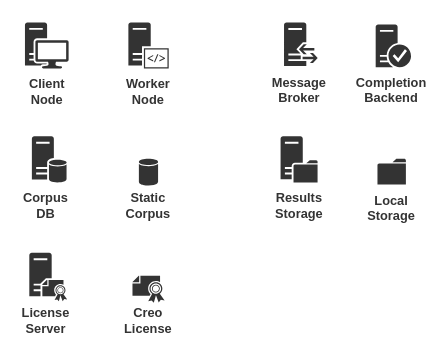
LOGiCS-Project/swri-simple-uam-pipeline keeps this draw.io diagram as page "Icons (Light)" (3 of 11) of docs/assets/component-diagram.drawio.xml. Above is the earlier version. Source tidied: cells renumbered, new cells numbered last; positions are measured from the earlier drawing's top-left corner, leaving out a move shared by most shapes. Both pictures are drawn from the tidied source at 128%, with x=0, y=0 at pixel (24, 22).
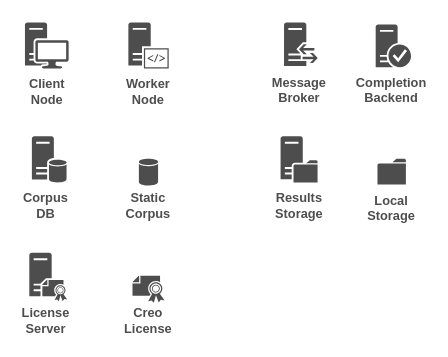
Above is the later version.

What changed in the source:
```diff
@@
-    <mxCell id="2" style="group;fontColor=#333333;" parent="1" vertex="1">
+    <mxCell id="2" style="group;fontColor=#4d4d4d;" parent="1" vertex="1">
       <mxGeometry y="89" width="33" height="59.6" as="geometry" />
     </mxCell>
-    <mxCell id="3" style="sketch=0;shadow=0;dashed=0;html=1;strokeColor=none;fillColor=#333333;labelPosition=center;verticalLabelPosition=bottom;verticalAlign=top;align=center;shape=mxgraph.office.servers.database_server;fontColor=#333333;" parent="2" vertex="1">
+    <mxCell id="3" style="sketch=0;shadow=0;dashed=0;html=1;strokeColor=none;fillColor=#4d4d4d;labelPosition=center;verticalLabelPosition=bottom;verticalAlign=top;align=center;shape=mxgraph.office.servers.database_server;fontColor=#4d4d4d;" parent="2" vertex="1">
       <mxGeometry x="5.4" width="27.6" height="36" as="geometry" />
     </mxCell>
-    <mxCell id="4" value="&lt;div&gt;Corpus&lt;/div&gt;&lt;div&gt;DB&lt;br&gt;&lt;/div&gt;" style="text;html=1;strokeColor=none;fillColor=none;align=center;verticalAlign=middle;whiteSpace=wrap;rounded=0;fontStyle=1;fontColor=#333333;fontSize=10;" parent="2" vertex="1">
+    <mxCell id="4" value="&lt;div&gt;Corpus&lt;/div&gt;&lt;div&gt;DB&lt;br&gt;&lt;/div&gt;" style="text;html=1;strokeColor=none;fillColor=none;align=center;verticalAlign=middle;whiteSpace=wrap;rounded=0;fontStyle=1;fontColor=#4d4d4d;fontSize=10;" parent="2" vertex="1">
       <mxGeometry y="47.6" width="33" height="12" as="geometry" />
     </mxCell>
-    <mxCell id="5" style="group;fontColor=#333333;" parent="1" vertex="1">
+    <mxCell id="5" style="group;fontColor=#4d4d4d;" parent="1" vertex="1">
       <mxGeometry x="80" width="33" height="59.6" as="geometry" />
     </mxCell>
-    <mxCell id="6" style="sketch=0;shadow=0;dashed=0;html=1;strokeColor=none;fillColor=#333333;labelPosition=center;verticalLabelPosition=bottom;verticalAlign=top;align=center;shape=mxgraph.office.servers.server_side_code;fontColor=#333333;" parent="5" vertex="1">
+    <mxCell id="6" style="sketch=0;shadow=0;dashed=0;html=1;strokeColor=none;fillColor=#4d4d4d;labelPosition=center;verticalLabelPosition=bottom;verticalAlign=top;align=center;shape=mxgraph.office.servers.server_side_code;fontColor=#4d4d4d;" parent="5" vertex="1">
       <mxGeometry x="0.8" width="31.5" height="36" as="geometry" />
     </mxCell>
-    <mxCell id="7" value="&lt;div&gt;Worker&lt;/div&gt;&lt;div&gt;Node&lt;br&gt;&lt;/div&gt;" style="text;html=1;strokeColor=none;fillColor=none;align=center;verticalAlign=middle;whiteSpace=wrap;rounded=0;fontStyle=1;fontColor=#333333;fontSize=10;" parent="5" vertex="1">
+    <mxCell id="7" value="&lt;div&gt;Worker&lt;/div&gt;&lt;div&gt;Node&lt;br&gt;&lt;/div&gt;" style="text;html=1;strokeColor=none;fillColor=none;align=center;verticalAlign=middle;whiteSpace=wrap;rounded=0;fontStyle=1;fontColor=#4d4d4d;fontSize=10;" parent="5" vertex="1">
       <mxGeometry y="47.6" width="33" height="12" as="geometry" />
     </mxCell>
-    <mxCell id="8" style="group;fontColor=#333333;" parent="1" vertex="1">
+    <mxCell id="8" style="group;fontColor=#4d4d4d;" parent="1" vertex="1">
       <mxGeometry y="180" width="33" height="58.9" as="geometry" />
     </mxCell>
-    <mxCell id="9" style="sketch=0;shadow=0;dashed=0;html=1;strokeColor=none;fillColor=#333333;labelPosition=center;verticalLabelPosition=bottom;verticalAlign=top;align=center;shape=mxgraph.office.servers.certificate_authority;fontColor=#333333;" parent="8" vertex="1">
+    <mxCell id="9" style="sketch=0;shadow=0;dashed=0;html=1;strokeColor=none;fillColor=#4d4d4d;labelPosition=center;verticalLabelPosition=bottom;verticalAlign=top;align=center;shape=mxgraph.office.servers.certificate_authority;fontColor=#4d4d4d;" parent="8" vertex="1">
       <mxGeometry x="3.4" width="29.6" height="37.9" as="geometry" />
     </mxCell>
-    <mxCell id="10" value="&lt;div&gt;License&lt;/div&gt;&lt;div&gt;Server&lt;br&gt;&lt;/div&gt;" style="text;html=1;strokeColor=none;fillColor=none;align=center;verticalAlign=middle;whiteSpace=wrap;rounded=0;fontStyle=1;fontColor=#333333;fontSize=10;" parent="8" vertex="1">
+    <mxCell id="10" value="&lt;div&gt;License&lt;/div&gt;&lt;div&gt;Server&lt;br&gt;&lt;/div&gt;" style="text;html=1;strokeColor=none;fillColor=none;align=center;verticalAlign=middle;whiteSpace=wrap;rounded=0;fontStyle=1;fontColor=#4d4d4d;fontSize=10;" parent="8" vertex="1">
       <mxGeometry y="46.9" width="33" height="12" as="geometry" />
     </mxCell>
-    <mxCell id="11" style="group;fontColor=#333333;" parent="1" vertex="1">
+    <mxCell id="11" style="group;fontColor=#4d4d4d;" parent="1" vertex="1">
       <mxGeometry x="197.7" width="33" height="58.6" as="geometry" />
     </mxCell>
-    <mxCell id="12" style="sketch=0;shadow=0;dashed=0;html=1;strokeColor=none;fillColor=#333333;labelPosition=center;verticalLabelPosition=bottom;verticalAlign=top;align=center;shape=mxgraph.office.servers.reverse_proxy;fontColor=#333333;" parent="11" vertex="1">
+    <mxCell id="12" style="sketch=0;shadow=0;dashed=0;html=1;strokeColor=none;fillColor=#4d4d4d;labelPosition=center;verticalLabelPosition=bottom;verticalAlign=top;align=center;shape=mxgraph.office.servers.reverse_proxy;fontColor=#4d4d4d;" parent="11" vertex="1">
       <mxGeometry x="4.7" width="26.3" height="34.1" as="geometry" />
     </mxCell>
-    <mxCell id="13" value="&lt;div&gt;Message&lt;/div&gt;&lt;div&gt;Broker&lt;br&gt;&lt;/div&gt;" style="text;html=1;strokeColor=none;fillColor=none;align=center;verticalAlign=middle;whiteSpace=wrap;rounded=0;fontStyle=1;fontColor=#333333;fontSize=10;" parent="11" vertex="1">
+    <mxCell id="13" value="&lt;div&gt;Message&lt;/div&gt;&lt;div&gt;Broker&lt;br&gt;&lt;/div&gt;" style="text;html=1;strokeColor=none;fillColor=none;align=center;verticalAlign=middle;whiteSpace=wrap;rounded=0;fontStyle=1;fontColor=#4d4d4d;fontSize=10;" parent="11" vertex="1">
       <mxGeometry y="46.6" width="33" height="12" as="geometry" />
     </mxCell>
-    <mxCell id="14" style="group;fontColor=#333333;" parent="1" vertex="1">
+    <mxCell id="14" style="group;fontColor=#4d4d4d;" parent="1" vertex="1">
       <mxGeometry x="197.7" y="89" width="33" height="59.6" as="geometry" />
     </mxCell>
-    <mxCell id="15" style="sketch=0;shadow=0;dashed=0;html=1;strokeColor=none;fillColor=#333333;labelPosition=center;verticalLabelPosition=bottom;verticalAlign=top;align=center;shape=mxgraph.office.servers.file_server;fontColor=#333333;" parent="14" vertex="1">
+    <mxCell id="15" style="sketch=0;shadow=0;dashed=0;html=1;strokeColor=none;fillColor=#4d4d4d;labelPosition=center;verticalLabelPosition=bottom;verticalAlign=top;align=center;shape=mxgraph.office.servers.file_server;fontColor=#4d4d4d;" parent="14" vertex="1">
       <mxGeometry x="2" width="28.9" height="36" as="geometry" />
     </mxCell>
-    <mxCell id="16" value="&lt;div align=&quot;center&quot;&gt;Results&lt;/div&gt;&lt;div align=&quot;center&quot;&gt;Storage&lt;/div&gt;" style="text;html=1;strokeColor=none;fillColor=none;align=center;verticalAlign=middle;whiteSpace=wrap;rounded=0;fontStyle=1;fontColor=#333333;fontSize=10;" parent="14" vertex="1">
+    <mxCell id="16" value="&lt;div align=&quot;center&quot;&gt;Results&lt;/div&gt;&lt;div align=&quot;center&quot;&gt;Storage&lt;/div&gt;" style="text;html=1;strokeColor=none;fillColor=none;align=center;verticalAlign=middle;whiteSpace=wrap;rounded=0;fontStyle=1;fontColor=#4d4d4d;fontSize=10;" parent="14" vertex="1">
       <mxGeometry y="47.6" width="33" height="12" as="geometry" />
     </mxCell>
-    <mxCell id="17" style="group;fontColor=#333333;" parent="1" vertex="1">
+    <mxCell id="17" style="group;fontColor=#4d4d4d;" parent="1" vertex="1">
       <mxGeometry x="80" y="106.6" width="33" height="42" as="geometry" />
     </mxCell>
-    <mxCell id="18" style="sketch=0;shadow=0;dashed=0;html=1;strokeColor=none;fillColor=#333333;labelPosition=center;verticalLabelPosition=bottom;verticalAlign=top;align=center;shape=mxgraph.office.databases.database;fontColor=#333333;" parent="17" vertex="1">
+    <mxCell id="18" style="sketch=0;shadow=0;dashed=0;html=1;strokeColor=none;fillColor=#4d4d4d;labelPosition=center;verticalLabelPosition=bottom;verticalAlign=top;align=center;shape=mxgraph.office.databases.database;fontColor=#4d4d4d;" parent="17" vertex="1">
       <mxGeometry x="9" width="15" height="21" as="geometry" />
     </mxCell>
-    <mxCell id="19" value="&lt;div&gt;Static&lt;/div&gt;&lt;div&gt;Corpus&lt;/div&gt;" style="text;html=1;strokeColor=none;fillColor=none;align=center;verticalAlign=middle;whiteSpace=wrap;rounded=0;fontStyle=1;fontColor=#333333;fontSize=10;" parent="17" vertex="1">
+    <mxCell id="19" value="&lt;div&gt;Static&lt;/div&gt;&lt;div&gt;Corpus&lt;/div&gt;" style="text;html=1;strokeColor=none;fillColor=none;align=center;verticalAlign=middle;whiteSpace=wrap;rounded=0;fontStyle=1;fontColor=#4d4d4d;fontSize=10;" parent="17" vertex="1">
       <mxGeometry y="30" width="33" height="12" as="geometry" />
     </mxCell>
-    <mxCell id="20" style="group;fontColor=#333333;" parent="1" vertex="1">
+    <mxCell id="20" style="group;fontColor=#4d4d4d;" parent="1" vertex="1">
       <mxGeometry x="80" y="197.9" width="33" height="41" as="geometry" />
     </mxCell>
-    <mxCell id="21" style="sketch=0;shadow=0;dashed=0;html=1;strokeColor=none;fillColor=#333333;labelPosition=center;verticalLabelPosition=bottom;verticalAlign=top;align=center;shape=mxgraph.office.security.certificate;fontColor=#333333;" parent="20" vertex="1">
+    <mxCell id="21" style="sketch=0;shadow=0;dashed=0;html=1;strokeColor=none;fillColor=#4d4d4d;labelPosition=center;verticalLabelPosition=bottom;verticalAlign=top;align=center;shape=mxgraph.office.security.certificate;fontColor=#4d4d4d;" parent="20" vertex="1">
       <mxGeometry x="4" width="25.1" height="21.2" as="geometry" />
     </mxCell>
-    <mxCell id="22" value="&lt;div&gt;Creo&lt;/div&gt;&lt;div&gt;License&lt;br&gt;&lt;/div&gt;" style="text;html=1;strokeColor=none;fillColor=none;align=center;verticalAlign=middle;whiteSpace=wrap;rounded=0;fontStyle=1;fontColor=#333333;fontSize=10;" parent="20" vertex="1">
+    <mxCell id="22" value="&lt;div&gt;Creo&lt;/div&gt;&lt;div&gt;License&lt;br&gt;&lt;/div&gt;" style="text;html=1;strokeColor=none;fillColor=none;align=center;verticalAlign=middle;whiteSpace=wrap;rounded=0;fontStyle=1;fontColor=#4d4d4d;fontSize=10;" parent="20" vertex="1">
       <mxGeometry y="29" width="33" height="12" as="geometry" />
     </mxCell>
-    <mxCell id="23" style="group;fontColor=#333333;" parent="1" vertex="1">
+    <mxCell id="23" style="group;fontColor=#4d4d4d;" parent="1" vertex="1">
       <mxGeometry x="270" y="1.6" width="33" height="57" as="geometry" />
     </mxCell>
-    <mxCell id="24" value="&lt;div&gt;Completion&lt;br&gt;&lt;/div&gt;&lt;div&gt;Backend&lt;br&gt;&lt;/div&gt;" style="text;html=1;strokeColor=none;fillColor=none;align=center;verticalAlign=middle;whiteSpace=wrap;rounded=0;fontStyle=1;fontColor=#333333;fontSize=10;" parent="23" vertex="1">
+    <mxCell id="24" value="&lt;div&gt;Completion&lt;br&gt;&lt;/div&gt;&lt;div&gt;Backend&lt;br&gt;&lt;/div&gt;" style="text;html=1;strokeColor=none;fillColor=none;align=center;verticalAlign=middle;whiteSpace=wrap;rounded=0;fontStyle=1;fontColor=#4d4d4d;fontSize=10;" parent="23" vertex="1">
       <mxGeometry y="45" width="33" height="12" as="geometry" />
     </mxCell>
-    <mxCell id="25" style="sketch=0;shadow=0;dashed=0;html=1;strokeColor=none;fillColor=#333333;labelPosition=center;verticalLabelPosition=bottom;verticalAlign=top;align=center;shape=mxgraph.office.servers.trusted_application_server;fontColor=#333333;" parent="23" vertex="1">
+    <mxCell id="25" style="sketch=0;shadow=0;dashed=0;html=1;strokeColor=none;fillColor=#4d4d4d;labelPosition=center;verticalLabelPosition=bottom;verticalAlign=top;align=center;shape=mxgraph.office.servers.trusted_application_server;fontColor=#4d4d4d;" parent="23" vertex="1">
       <mxGeometry x="4" width="27.6" height="33.4" as="geometry" />
     </mxCell>
-    <mxCell id="26" style="group;fontColor=#333333;" parent="1" vertex="1">
+    <mxCell id="26" style="group;fontColor=#4d4d4d;" parent="1" vertex="1">
       <mxGeometry width="34.1" height="59.6" as="geometry" />
     </mxCell>
-    <mxCell id="27" style="group;fontColor=#333333;" parent="26" vertex="1">
+    <mxCell id="27" style="group;fontColor=#4d4d4d;" parent="26" vertex="1">
       <mxGeometry width="34.1" height="59.6" as="geometry" />
     </mxCell>
-    <mxCell id="28" value="&lt;div&gt;Client&lt;/div&gt;&lt;div&gt;Node&lt;br&gt;&lt;/div&gt;" style="text;html=1;strokeColor=none;fillColor=none;align=center;verticalAlign=middle;whiteSpace=wrap;rounded=0;fontStyle=1;fontColor=#333333;fontSize=10;" parent="27" vertex="1">
+    <mxCell id="28" value="&lt;div&gt;Client&lt;/div&gt;&lt;div&gt;Node&lt;br&gt;&lt;/div&gt;" style="text;html=1;strokeColor=none;fillColor=none;align=center;verticalAlign=middle;whiteSpace=wrap;rounded=0;fontStyle=1;fontColor=#4d4d4d;fontSize=10;" parent="27" vertex="1">
       <mxGeometry x="0.5" y="47.6" width="33" height="12" as="geometry" />
     </mxCell>
-    <mxCell id="29" style="sketch=0;shadow=0;dashed=0;html=1;strokeColor=none;fillColor=#333333;labelPosition=center;verticalLabelPosition=bottom;verticalAlign=top;align=center;shape=mxgraph.office.devices.workstation;fontColor=#333333;" parent="26" vertex="1">
+    <mxCell id="29" style="sketch=0;shadow=0;dashed=0;html=1;strokeColor=none;fillColor=#4d4d4d;labelPosition=center;verticalLabelPosition=bottom;verticalAlign=top;align=center;shape=mxgraph.office.devices.workstation;fontColor=#4d4d4d;" parent="26" vertex="1">
       <mxGeometry width="34.1" height="36" as="geometry" />
     </mxCell>
-    <mxCell id="30" style="group;fontColor=#333333;" parent="1" vertex="1">
+    <mxCell id="30" style="group;fontColor=#4d4d4d;" parent="1" vertex="1">
       <mxGeometry x="270" y="106.6" width="33" height="44" as="geometry" />
     </mxCell>
-    <mxCell id="31" style="sketch=0;shadow=0;dashed=0;html=1;strokeColor=none;fillColor=#333333;labelPosition=center;verticalLabelPosition=bottom;verticalAlign=top;align=center;shape=mxgraph.office.concepts.folder;fontColor=#333333;" parent="30" vertex="1">
+    <mxCell id="31" style="sketch=0;shadow=0;dashed=0;html=1;strokeColor=none;fillColor=#4d4d4d;labelPosition=center;verticalLabelPosition=bottom;verticalAlign=top;align=center;shape=mxgraph.office.concepts.folder;fontColor=#4d4d4d;" parent="30" vertex="1">
       <mxGeometry x="5.4" width="22.2" height="20" as="geometry" />
     </mxCell>
-    <mxCell id="32" value="&lt;div&gt;Local&lt;br&gt;&lt;/div&gt;&lt;div&gt;Storage&lt;br&gt;&lt;/div&gt;" style="text;html=1;strokeColor=none;fillColor=none;align=center;verticalAlign=middle;whiteSpace=wrap;rounded=0;fontStyle=1;fontColor=#333333;fontSize=10;" parent="30" vertex="1">
+    <mxCell id="32" value="&lt;div&gt;Local&lt;br&gt;&lt;/div&gt;&lt;div&gt;Storage&lt;br&gt;&lt;/div&gt;" style="text;html=1;strokeColor=none;fillColor=none;align=center;verticalAlign=middle;whiteSpace=wrap;rounded=0;fontStyle=1;fontColor=#4d4d4d;fontSize=10;" parent="30" vertex="1">
       <mxGeometry y="32" width="33" height="12" as="geometry" />
     </mxCell>
```
